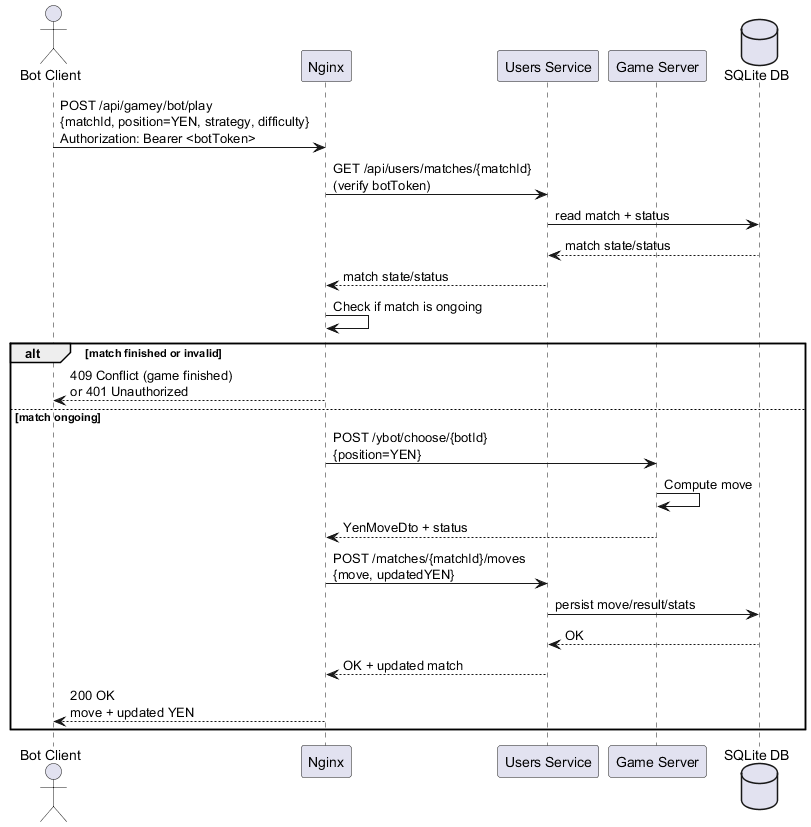
Arquisoft/yovi_es1c keeps this PlantUML diagram as images/runtime-bot-api.png. Above is the earlier version.
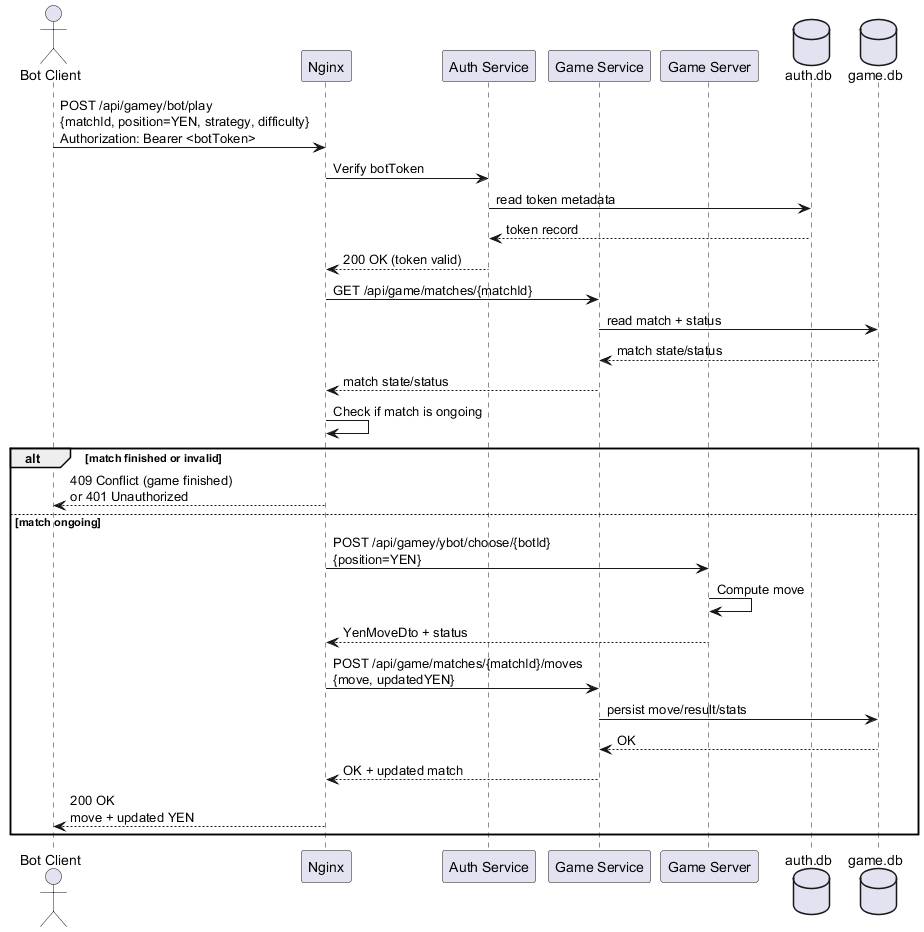
The same file after the commit.

Change to the diagram source:
```diff
@@ -1,29 +1,36 @@
 @startuml
 actor "Bot Client" as Bot
 participant "Nginx" as Nginx
-participant "Users Service" as Users
+participant "Auth Service" as Auth
+participant "Game Service" as GameService
 participant "Game Server" as Engine
-database "SQLite DB" as DB
+database "auth.db" as AuthDB
+database "game.db" as GameDB
 
 Bot -> Nginx: POST /api/gamey/bot/play\n{matchId, position=YEN, strategy, difficulty}\nAuthorization: Bearer <botToken>
 
-Nginx -> Users: GET /api/users/matches/{matchId}\n(verify botToken)
-Users -> DB: read match + status
-DB --> Users: match state/status
-Users --> Nginx: match state/status
+Nginx -> Auth: Verify botToken
+Auth -> AuthDB: read token metadata
+AuthDB --> Auth: token record
+Auth --> Nginx: 200 OK (token valid)
+
+Nginx -> GameService: GET /api/game/matches/{matchId}
+GameService -> GameDB: read match + status
+GameDB --> GameService: match state/status
+GameService --> Nginx: match state/status
 Nginx -> Nginx: Check if match is ongoing
 
 alt match finished or invalid
   Nginx --> Bot: 409 Conflict (game finished)\nor 401 Unauthorized
 else match ongoing
-  Nginx -> Engine: POST /ybot/choose/{botId}\n{position=YEN}
+  Nginx -> Engine: POST /api/gamey/ybot/choose/{botId}\n{position=YEN}
   Engine -> Engine: Compute move
   Engine --> Nginx: YenMoveDto + status
 
-  Nginx -> Users: POST /matches/{matchId}/moves\n{move, updatedYEN}
-  Users -> DB: persist move/result/stats
-  DB --> Users: OK
-  Users --> Nginx: OK + updated match
+  Nginx -> GameService: POST /api/game/matches/{matchId}/moves\n{move, updatedYEN}
+  GameService -> GameDB: persist move/result/stats
+  GameDB --> GameService: OK
+  GameService --> Nginx: OK + updated match
 
   Nginx --> Bot: 200 OK\nmove + updated YEN
 end
```
